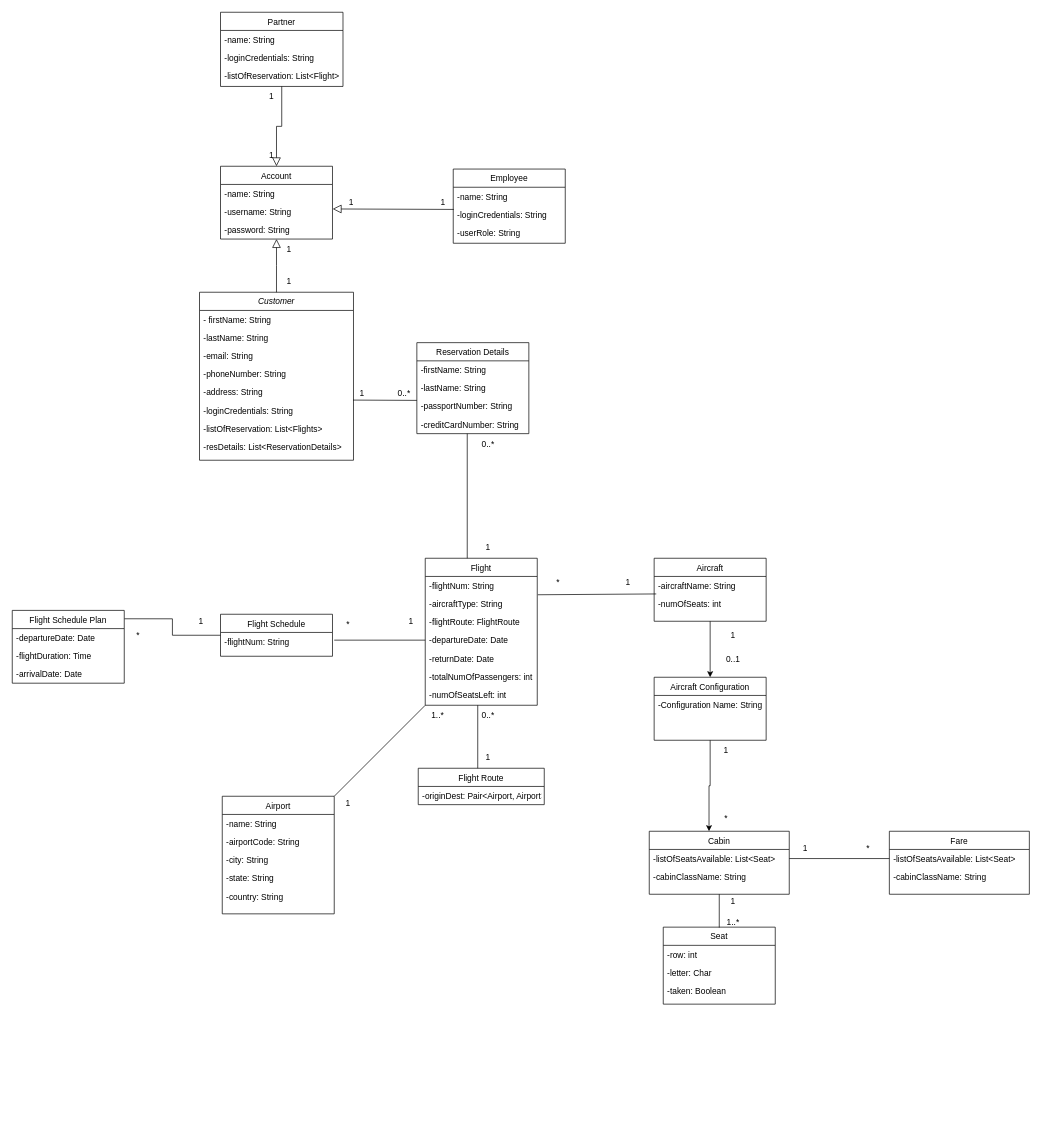
The draw.io diagram Untitled Diagram.drawio in glennquah/Flight-Enterprise-System, before the edit. Source tidied: cells renumbered, new cells numbered last; positions are measured from the earlier drawing's top-left corner, leaving out a move shared by most shapes. Both pictures are drawn from the tidied source at 70%, with x=0, y=0 at pixel (12, 12).
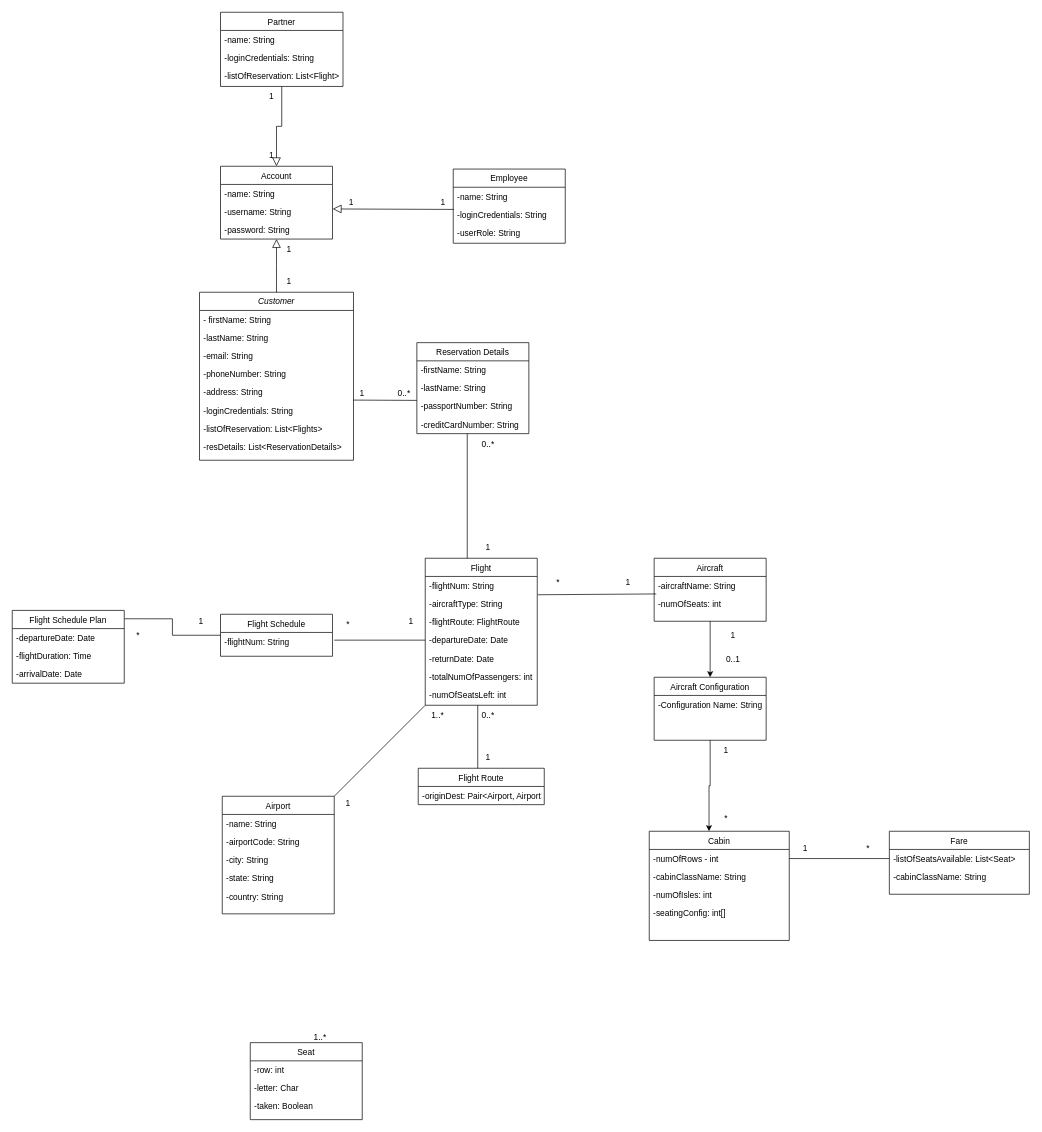
After the change.

Change to the diagram source:
```diff
@@
     <mxCell id="37" value="Cabin" style="swimlane;fontStyle=0;align=center;verticalAlign=top;horizontal=1;startSize=26;rounded=0;shadow=0;strokeWidth=1;" parent="1" vertex="1">
-      <mxGeometry x="910" y="1170" width="200" height="90" as="geometry" />
+      <mxGeometry x="910" y="1170" width="200" height="156" as="geometry" />
     </mxCell>
-    <mxCell id="38" value="-listOfSeatsAvailable: List&lt;Seat&gt;" style="text;align=left;verticalAlign=top;spacingLeft=4;spacingRight=4;overflow=hidden;points=[[0,0.5],[1,0.5]];portConstraint=eastwest;" parent="37" vertex="1">
+    <mxCell id="38" value="-numOfRows - int" style="text;align=left;verticalAlign=top;spacingLeft=4;spacingRight=4;overflow=hidden;points=[[0,0.5],[1,0.5]];portConstraint=eastwest;" parent="37" vertex="1">
       <mxGeometry y="26" width="200" height="26" as="geometry" />
     </mxCell>
@@
+    <mxCell id="107" value="-numOfIsles: int" style="text;align=left;verticalAlign=top;spacingLeft=4;spacingRight=4;overflow=hidden;rounded=0;shadow=0;html=0;" parent="37" vertex="1">
+      <mxGeometry y="78" width="200" height="26" as="geometry" />
+    </mxCell>
+    <mxCell id="108" value="-seatingConfig: int[]" style="text;align=left;verticalAlign=top;spacingLeft=4;spacingRight=4;overflow=hidden;rounded=0;shadow=0;html=0;" parent="37" vertex="1">
+      <mxGeometry y="104" width="200" height="26" as="geometry" />
+    </mxCell>
@@
     <mxCell id="42" value="Seat" style="swimlane;fontStyle=0;align=center;verticalAlign=top;horizontal=1;startSize=26;rounded=0;shadow=0;strokeWidth=1;" parent="1" vertex="1">
-      <mxGeometry x="930" y="1307" width="160" height="110" as="geometry" />
+      <mxGeometry x="340" y="1472" width="160" height="110" as="geometry" />
     </mxCell>
@@
-    <mxCell id="46" value="1" style="text;html=1;strokeColor=none;fillColor=none;align=center;verticalAlign=middle;whiteSpace=wrap;rounded=0;" parent="1" vertex="1">
-      <mxGeometry x="1000" y="1255" width="60" height="30" as="geometry" />
-    </mxCell>
     <mxCell id="47" value="1..*" style="text;html=1;strokeColor=none;fillColor=none;align=center;verticalAlign=middle;whiteSpace=wrap;rounded=0;" parent="1" vertex="1">
-      <mxGeometry x="1000" y="1285" width="60" height="30" as="geometry" />
+      <mxGeometry x="410" y="1450" width="60" height="30" as="geometry" />
     </mxCell>
@@
-    <mxCell id="72" style="endArrow=none;html=1;rounded=0;entryX=0.5;entryY=1;entryDx=0;entryDy=0;exitX=0.5;exitY=0.005;exitDx=0;exitDy=0;exitPerimeter=0;" parent="1" edge="1" source="42" target="37">
-      <mxGeometry relative="1" as="geometry" />
-    </mxCell>
```
